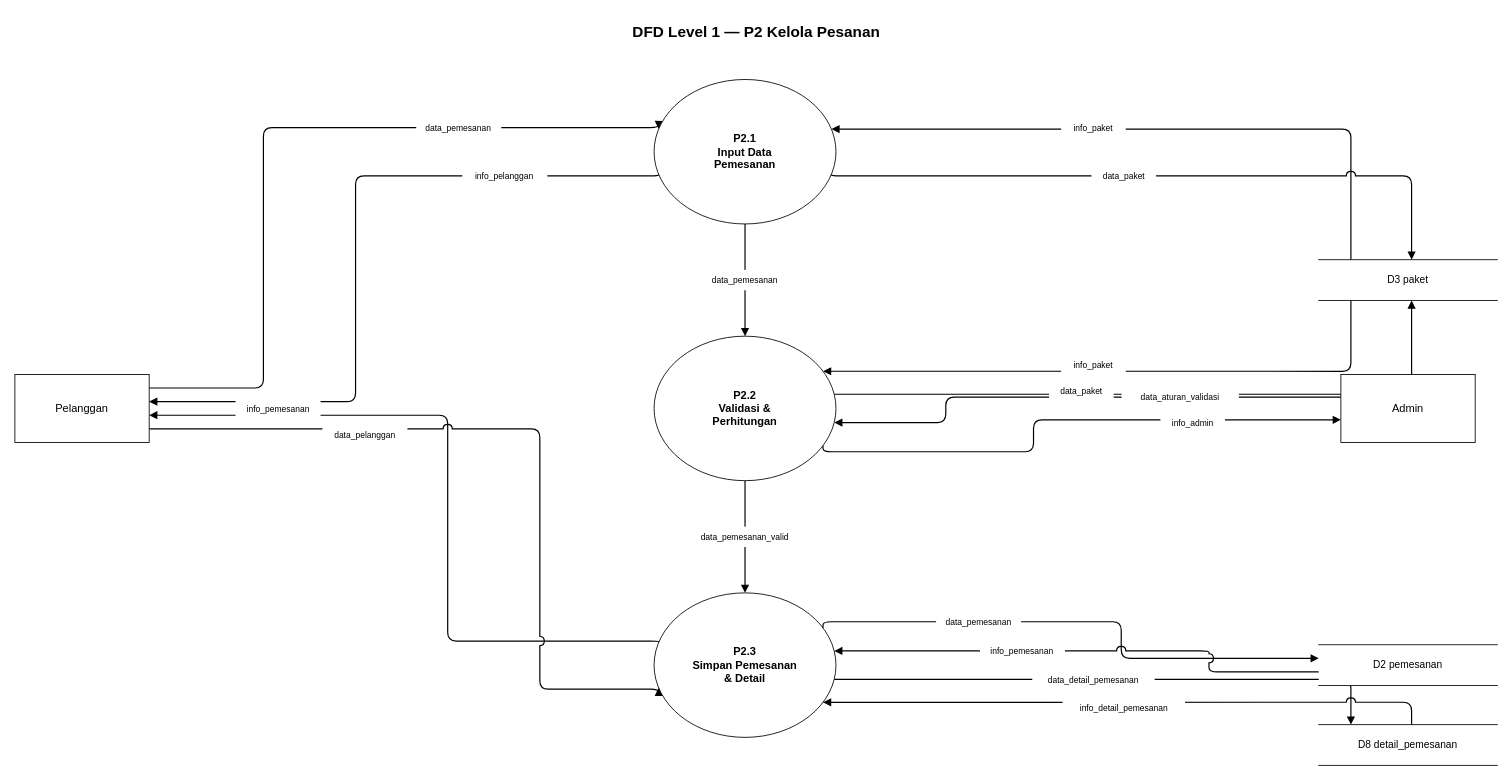
Above: generated/dfd_level1_P2.drawio in ryuken25/diagrams (draw.io), before the change. Source tidied: cells renumbered, new cells numbered last; positions are measured from the earlier drawing's top-left corner, leaving out a move shared by most shapes. Both pictures are drawn from the tidied source at 85%, with x=0, y=0 at pixel (14, 14).
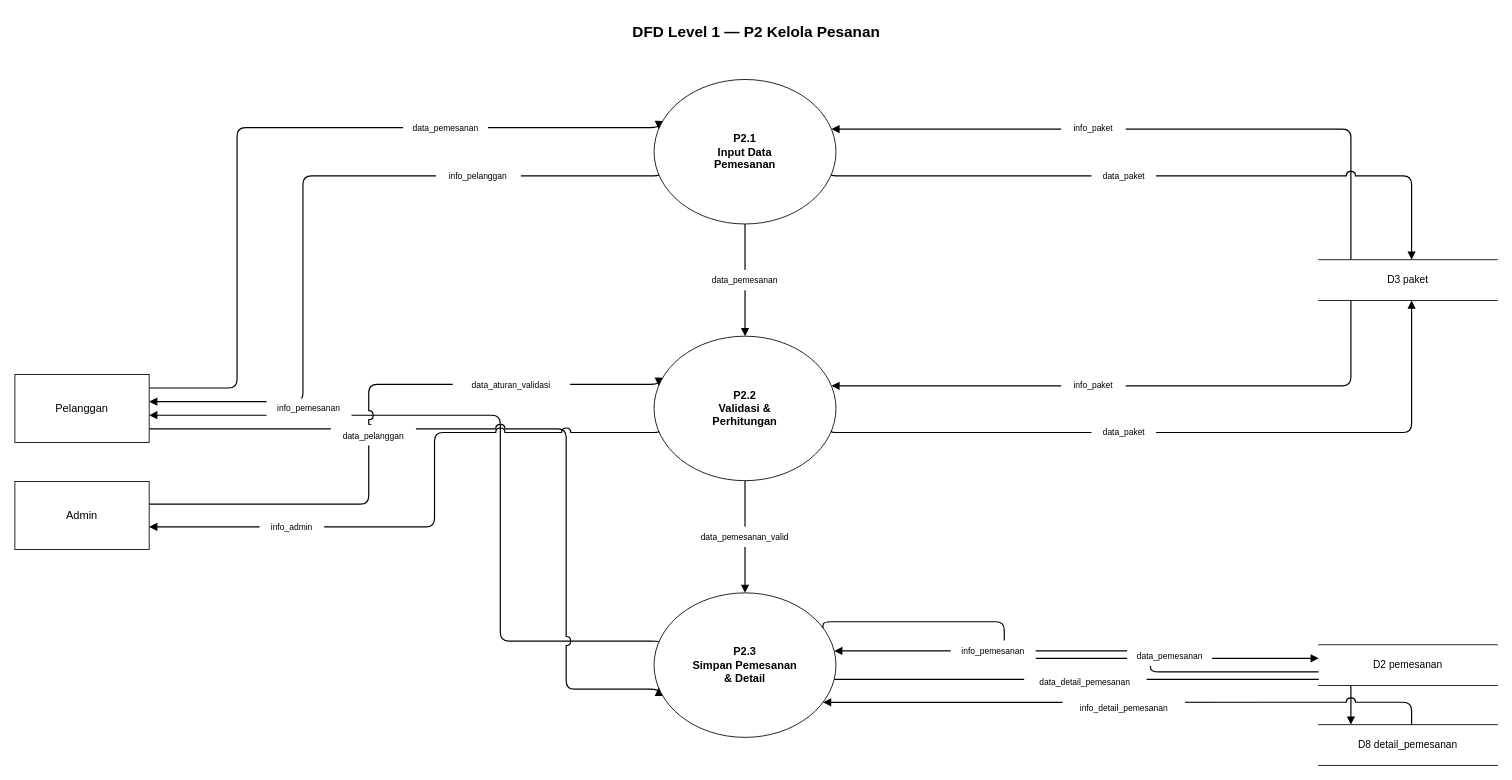
Above is the later version.

Unchanged cells that the change refers to:
```xml
<mxCell id="18" value="P2.1&#10;Input Data&#10;Pemesanan" style="ellipse;whiteSpace=wrap;html=1;fillColor=#FFFFFF;strokeColor=#000000;fontSize=13;fontStyle=1;verticalAlign=middle;" parent="1" vertex="1">
  <mxGeometry x="752" y="76" width="214" height="170" as="geometry" />
</mxCell>
<mxCell id="19" value="P2.2&#10;Validasi &amp;&#10;Perhitungan" style="ellipse;whiteSpace=wrap;html=1;fillColor=#FFFFFF;strokeColor=#000000;fontSize=13;fontStyle=1;verticalAlign=middle;" parent="1" vertex="1">
  <mxGeometry x="752" y="378" width="214" height="170" as="geometry" />
</mxCell>
<mxCell id="20" value="P2.3&#10;Simpan Pemesanan&#10;&amp; Detail" style="ellipse;whiteSpace=wrap;html=1;fillColor=#FFFFFF;strokeColor=#000000;fontSize=13;fontStyle=1;verticalAlign=middle;" parent="1" vertex="1">
  <mxGeometry x="752" y="680" width="214" height="170" as="geometry" />
</mxCell>
<mxCell id="21" value="Pelanggan" style="rounded=0;whiteSpace=wrap;html=1;fillColor=#FFFFFF;strokeColor=#000000;fontSize=13;" parent="1" vertex="1">
  <mxGeometry y="423" width="158" height="80" as="geometry" />
</mxCell>
<mxCell id="23" value="D3  paket" style="shape=partialRectangle;top=1;bottom=1;left=0;right=0;whiteSpace=wrap;html=1;fillColor=#FFFFFF;strokeColor=#000000;fontSize=12;align=center;" parent="1" vertex="1">
  <mxGeometry x="1534" y="288" width="210" height="48" as="geometry" />
</mxCell>
<mxCell id="24" value="D2  pemesanan" style="shape=partialRectangle;top=1;bottom=1;left=0;right=0;whiteSpace=wrap;html=1;fillColor=#FFFFFF;strokeColor=#000000;fontSize=12;align=center;" parent="1" vertex="1">
  <mxGeometry x="1534" y="741" width="210" height="48" as="geometry" />
</mxCell>
```

Diff of the diagram source:
```diff
@@
     <mxCell id="2" style="html=1;rounded=1;strokeColor=#000000;strokeWidth=1.4;endArrow=block;startArrow=none;jumpStyle=arc;jumpSize=10;edgeStyle=orthogonalEdgeStyle;exitX=1.000;exitY=0.200;entryX=0.000;entryY=0.333;exitDx=0;exitDy=0;entryDx=0;entryDy=0;" parent="1" edge="1" source="21" target="18">
       <mxGeometry relative="1" as="geometry">
         <Array as="points">
-          <mxPoint x="292.4" y="439" />
-          <mxPoint x="292.4" y="132.7" />
+          <mxPoint x="261.4" y="439" />
+          <mxPoint x="261.4" y="132.7" />
         </Array>
       </mxGeometry>
     </mxCell>
     <mxCell id="3" style="html=1;rounded=1;strokeColor=#000000;strokeWidth=1.4;endArrow=block;startArrow=none;jumpStyle=arc;jumpSize=10;edgeStyle=orthogonalEdgeStyle;exitX=0.000;exitY=0.667;entryX=1.000;entryY=0.400;exitDx=0;exitDy=0;entryDx=0;entryDy=0;" parent="1" edge="1" source="18" target="21">
       <mxGeometry relative="1" as="geometry">
         <Array as="points">
-          <mxPoint x="400.8" y="189.3" />
-          <mxPoint x="400.8" y="455" />
+          <mxPoint x="338.9" y="189.3" />
+          <mxPoint x="338.9" y="455" />
         </Array>
       </mxGeometry>
     </mxCell>
     <mxCell id="4" style="html=1;rounded=1;strokeColor=#000000;strokeWidth=1.4;endArrow=block;startArrow=none;jumpStyle=arc;jumpSize=10;edgeStyle=orthogonalEdgeStyle;exitX=0.000;exitY=0.333;entryX=1.000;entryY=0.600;exitDx=0;exitDy=0;entryDx=0;entryDy=0;" parent="1" edge="1" source="20" target="21">
       <mxGeometry relative="1" as="geometry">
         <Array as="points">
-          <mxPoint x="509.2" y="736.7" />
-          <mxPoint x="509.2" y="471" />
+          <mxPoint x="571.1" y="736.7" />
+          <mxPoint x="571.1" y="471" />
         </Array>
       </mxGeometry>
     </mxCell>
     <mxCell id="5" style="html=1;rounded=1;strokeColor=#000000;strokeWidth=1.4;endArrow=block;startArrow=none;jumpStyle=arc;jumpSize=10;edgeStyle=orthogonalEdgeStyle;exitX=1.000;exitY=0.800;entryX=0.000;entryY=0.667;exitDx=0;exitDy=0;entryDx=0;entryDy=0;" parent="1" edge="1" source="21" target="20">
       <mxGeometry relative="1" as="geometry">
         <Array as="points">
-          <mxPoint x="617.6" y="487" />
-          <mxPoint x="617.6" y="793.3" />
+          <mxPoint x="648.6" y="487" />
+          <mxPoint x="648.6" y="793.3" />
         </Array>
       </mxGeometry>
     </mxCell>
-    <mxCell id="6" style="html=1;rounded=1;strokeColor=#000000;strokeWidth=1.4;endArrow=block;startArrow=none;jumpStyle=arc;jumpSize=10;edgeStyle=orthogonalEdgeStyle;exitX=0.000;exitY=0.333;entryX=1.000;entryY=0.600;exitDx=0;exitDy=0;entryDx=0;entryDy=0;" parent="1" edge="1" source="22" target="19">
+    <mxCell id="6" style="html=1;rounded=1;strokeColor=#000000;strokeWidth=1.4;endArrow=block;startArrow=none;jumpStyle=arc;jumpSize=10;edgeStyle=orthogonalEdgeStyle;exitX=1.000;exitY=0.333;entryX=0.000;entryY=0.333;exitDx=0;exitDy=0;entryDx=0;entryDy=0;" parent="1" edge="1" source="22" target="19">
       <mxGeometry relative="1" as="geometry">
         <Array as="points">
-          <mxPoint x="1095.2" y="449.7" />
-          <mxPoint x="1095.2" y="480" />
+          <mxPoint x="416.3" y="575.7" />
+          <mxPoint x="416.3" y="434.7" />
         </Array>
       </mxGeometry>
     </mxCell>
-    <mxCell id="7" style="html=1;rounded=1;strokeColor=#000000;strokeWidth=1.4;endArrow=block;startArrow=none;jumpStyle=arc;jumpSize=10;edgeStyle=orthogonalEdgeStyle;exitX=1.000;exitY=0.800;entryX=0.000;entryY=0.667;exitDx=0;exitDy=0;entryDx=0;entryDy=0;" parent="1" edge="1" source="19" target="22">
+    <mxCell id="7" style="html=1;rounded=1;strokeColor=#000000;strokeWidth=1.4;endArrow=block;startArrow=none;jumpStyle=arc;jumpSize=10;edgeStyle=orthogonalEdgeStyle;exitX=0.000;exitY=0.667;entryX=1.000;entryY=0.667;exitDx=0;exitDy=0;entryDx=0;entryDy=0;" parent="1" edge="1" source="19" target="22">
       <mxGeometry relative="1" as="geometry">
         <Array as="points">
-          <mxPoint x="1198.4" y="514" />
-          <mxPoint x="1198.4" y="476.3" />
+          <mxPoint x="493.7" y="491.3" />
+          <mxPoint x="493.7" y="602.3" />
         </Array>
       </mxGeometry>
     </mxCell>
@@
-    <mxCell id="10" style="html=1;rounded=1;strokeColor=#000000;strokeWidth=1.4;endArrow=block;startArrow=none;jumpStyle=arc;jumpSize=10;edgeStyle=orthogonalEdgeStyle;exitX=0.180;exitY=1.000;entryX=1.000;entryY=0.200;exitDx=0;exitDy=0;entryDx=0;entryDy=0;" parent="1" edge="1" source="23" target="19">
+    <mxCell id="10" style="html=1;rounded=1;strokeColor=#000000;strokeWidth=1.4;endArrow=block;startArrow=none;jumpStyle=arc;jumpSize=10;edgeStyle=orthogonalEdgeStyle;exitX=0.180;exitY=1.000;entryX=1.000;entryY=0.333;exitDx=0;exitDy=0;entryDx=0;entryDy=0;" parent="1" edge="1" source="23" target="19">
       <mxGeometry relative="1" as="geometry">
         <Array as="points">
           <mxPoint x="1571.8" y="336" />
-          <mxPoint x="1571.8" y="412" />
+          <mxPoint x="1571.8" y="434.7" />
         </Array>
       </mxGeometry>
     </mxCell>
-    <mxCell id="11" style="html=1;rounded=1;strokeColor=#000000;strokeWidth=1.4;endArrow=block;startArrow=none;jumpStyle=arc;jumpSize=10;edgeStyle=orthogonalEdgeStyle;exitX=1.000;exitY=0.400;entryX=0.520;entryY=1.000;exitDx=0;exitDy=0;entryDx=0;entryDy=0;" parent="1" edge="1" source="19" target="23">
+    <mxCell id="11" style="html=1;rounded=1;strokeColor=#000000;strokeWidth=1.4;endArrow=block;startArrow=none;jumpStyle=arc;jumpSize=10;edgeStyle=orthogonalEdgeStyle;exitX=1.000;exitY=0.667;entryX=0.520;entryY=1.000;exitDx=0;exitDy=0;entryDx=0;entryDy=0;" parent="1" edge="1" source="19" target="23">
       <mxGeometry relative="1" as="geometry">
         <Array as="points">
-          <mxPoint x="1643.2" y="446" />
+          <mxPoint x="1643.2" y="491.3" />
           <mxPoint x="1643.2" y="336" />
         </Array>
       </mxGeometry>
     </mxCell>
     <mxCell id="12" style="html=1;rounded=1;strokeColor=#000000;strokeWidth=1.4;endArrow=block;startArrow=none;jumpStyle=arc;jumpSize=10;edgeStyle=orthogonalEdgeStyle;exitX=1.000;exitY=0.200;entryX=0.000;entryY=0.333;exitDx=0;exitDy=0;entryDx=0;entryDy=0;" parent="1" edge="1" source="20" target="24">
       <mxGeometry relative="1" as="geometry">
         <Array as="points">
-          <mxPoint x="1301.6" y="714" />
-          <mxPoint x="1301.6" y="757" />
+          <mxPoint x="1164" y="714" />
+          <mxPoint x="1164" y="757" />
         </Array>
       </mxGeometry>
     </mxCell>
     <mxCell id="13" style="html=1;rounded=1;strokeColor=#000000;strokeWidth=1.4;endArrow=block;startArrow=none;jumpStyle=arc;jumpSize=10;edgeStyle=orthogonalEdgeStyle;exitX=0.000;exitY=0.667;entryX=1.000;entryY=0.400;exitDx=0;exitDy=0;entryDx=0;entryDy=0;" parent="1" edge="1" source="24" target="20">
       <mxGeometry relative="1" as="geometry">
         <Array as="points">
-          <mxPoint x="1404.8" y="773" />
-          <mxPoint x="1404.8" y="748" />
+          <mxPoint x="1336" y="773" />
+          <mxPoint x="1336" y="748" />
         </Array>
       </mxGeometry>
     </mxCell>
@@
     <mxCell id="22" value="Admin" style="rounded=0;whiteSpace=wrap;html=1;fillColor=#FFFFFF;strokeColor=#000000;fontSize=13;" parent="1" vertex="1">
-      <mxGeometry x="1560" y="423" width="158" height="80" as="geometry" />
+      <mxGeometry y="549" width="158" height="80" as="geometry" />
     </mxCell>
@@
     <mxCell id="26" value="data_pemesanan" style="text;html=1;align=center;verticalAlign=middle;fontSize=10;rounded=0;fillColor=#FFFFFF;strokeColor=none;whiteSpace=wrap;spacing=2;" parent="1" vertex="1">
-      <mxGeometry x="472.2" y="120.7" width="100" height="24" as="geometry" />
+      <mxGeometry x="456.7" y="120.7" width="100" height="24" as="geometry" />
     </mxCell>
     <mxCell id="27" value="info_pelanggan" style="text;html=1;align=center;verticalAlign=middle;fontSize=10;rounded=0;fillColor=#FFFFFF;strokeColor=none;whiteSpace=wrap;spacing=2;" parent="1" vertex="1">
-      <mxGeometry x="526.4" y="177.4" width="100" height="24" as="geometry" />
+      <mxGeometry x="495.4" y="177.4" width="100" height="24" as="geometry" />
     </mxCell>
     <mxCell id="28" value="info_pemesanan" style="text;html=1;align=center;verticalAlign=middle;fontSize=10;rounded=0;fillColor=#FFFFFF;strokeColor=none;whiteSpace=wrap;spacing=2;" parent="1" vertex="1">
-      <mxGeometry x="259.6" y="451.9" width="100" height="24" as="geometry" />
+      <mxGeometry x="296.1" y="451.4" width="100" height="24" as="geometry" />
     </mxCell>
     <mxCell id="29" value="data_pelanggan" style="text;html=1;align=center;verticalAlign=middle;fontSize=10;rounded=0;fillColor=#FFFFFF;strokeColor=none;whiteSpace=wrap;spacing=2;" parent="1" vertex="1">
-      <mxGeometry x="361.8" y="482.1" width="100" height="24" as="geometry" />
+      <mxGeometry x="371.8" y="482.6" width="100" height="24" as="geometry" />
     </mxCell>
     <mxCell id="30" value="data_aturan_validasi" style="text;html=1;align=center;verticalAlign=middle;fontSize=10;rounded=0;fillColor=#FFFFFF;strokeColor=none;whiteSpace=wrap;spacing=2;" parent="1" vertex="1">
-      <mxGeometry x="1302" y="437.2" width="138" height="24" as="geometry" />
+      <mxGeometry x="515.1" y="422.7" width="138" height="24" as="geometry" />
     </mxCell>
     <mxCell id="31" value="info_admin" style="text;html=1;align=center;verticalAlign=middle;fontSize=10;rounded=0;fillColor=#FFFFFF;strokeColor=none;whiteSpace=wrap;spacing=2;" parent="1" vertex="1">
-      <mxGeometry x="1347.7" y="468.1" width="76" height="24" as="geometry" />
+      <mxGeometry x="287.9" y="590.3" width="76" height="24" as="geometry" />
     </mxCell>
@@
     <mxCell id="34" value="info_paket" style="text;html=1;align=center;verticalAlign=middle;fontSize=10;rounded=0;fillColor=#FFFFFF;strokeColor=none;whiteSpace=wrap;spacing=2;" parent="1" vertex="1">
-      <mxGeometry x="1230.9" y="400" width="76" height="24" as="geometry" />
+      <mxGeometry x="1230.9" y="422.7" width="76" height="24" as="geometry" />
     </mxCell>
     <mxCell id="35" value="data_paket" style="text;html=1;align=center;verticalAlign=middle;fontSize=10;rounded=0;fillColor=#FFFFFF;strokeColor=none;whiteSpace=wrap;spacing=2;" parent="1" vertex="1">
-      <mxGeometry x="1216.7" y="430.7" width="76" height="24" as="geometry" />
+      <mxGeometry x="1266.6" y="479.4" width="76" height="24" as="geometry" />
     </mxCell>
     <mxCell id="36" value="data_pemesanan" style="text;html=1;align=center;verticalAlign=middle;fontSize=10;rounded=0;fillColor=#FFFFFF;strokeColor=none;whiteSpace=wrap;spacing=2;" parent="1" vertex="1">
-      <mxGeometry x="1083.8" y="702" width="100" height="24" as="geometry" />
+      <mxGeometry x="1308.5" y="742" width="100" height="24" as="geometry" />
     </mxCell>
     <mxCell id="37" value="info_pemesanan" style="text;html=1;align=center;verticalAlign=middle;fontSize=10;rounded=0;fillColor=#FFFFFF;strokeColor=none;whiteSpace=wrap;spacing=2;" parent="1" vertex="1">
-      <mxGeometry x="1135.4" y="736" width="100" height="24" as="geometry" />
+      <mxGeometry x="1101" y="736" width="100" height="24" as="geometry" />
     </mxCell>
     <mxCell id="38" value="data_detail_pemesanan" style="text;html=1;align=center;verticalAlign=middle;fontSize=10;rounded=0;fillColor=#FFFFFF;strokeColor=none;whiteSpace=wrap;spacing=2;" parent="1" vertex="1">
-      <mxGeometry x="1196.9" y="770" width="144" height="24" as="geometry" />
+      <mxGeometry x="1187.4" y="773" width="144" height="24" as="geometry" />
     </mxCell>
```
